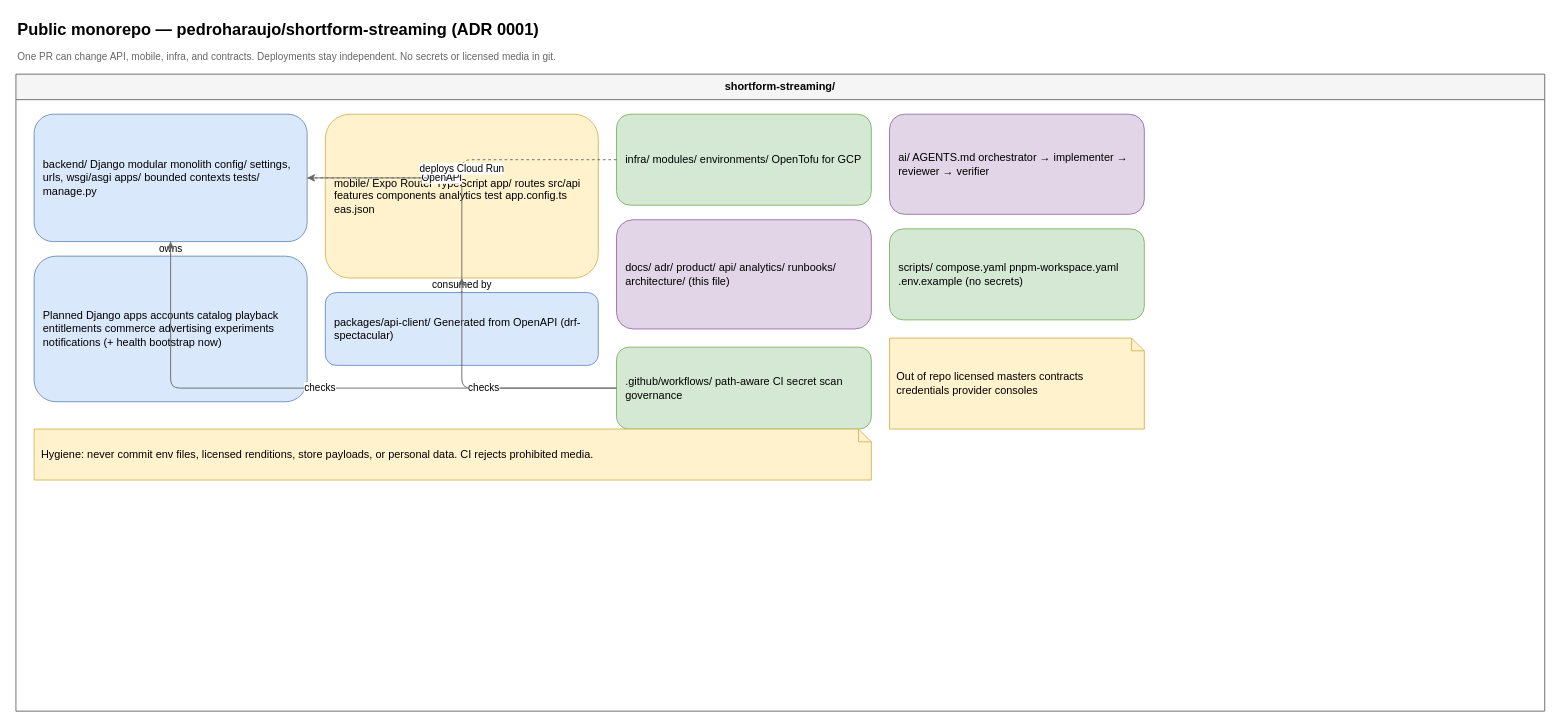
This is page "2. Monorepo and modules" (2 of 10) of docs/architecture/shortform-streaming.drawio from pedroharaujo/shortform-streaming, a draw.io file, before an edit. Source tidied: cells renumbered, new cells numbered last; positions are measured from the earlier drawing's top-left corner, leaving out a move shared by most shapes. Both pictures are drawn from the tidied source at 91%, with x=0, y=0 at pixel (15, 15).
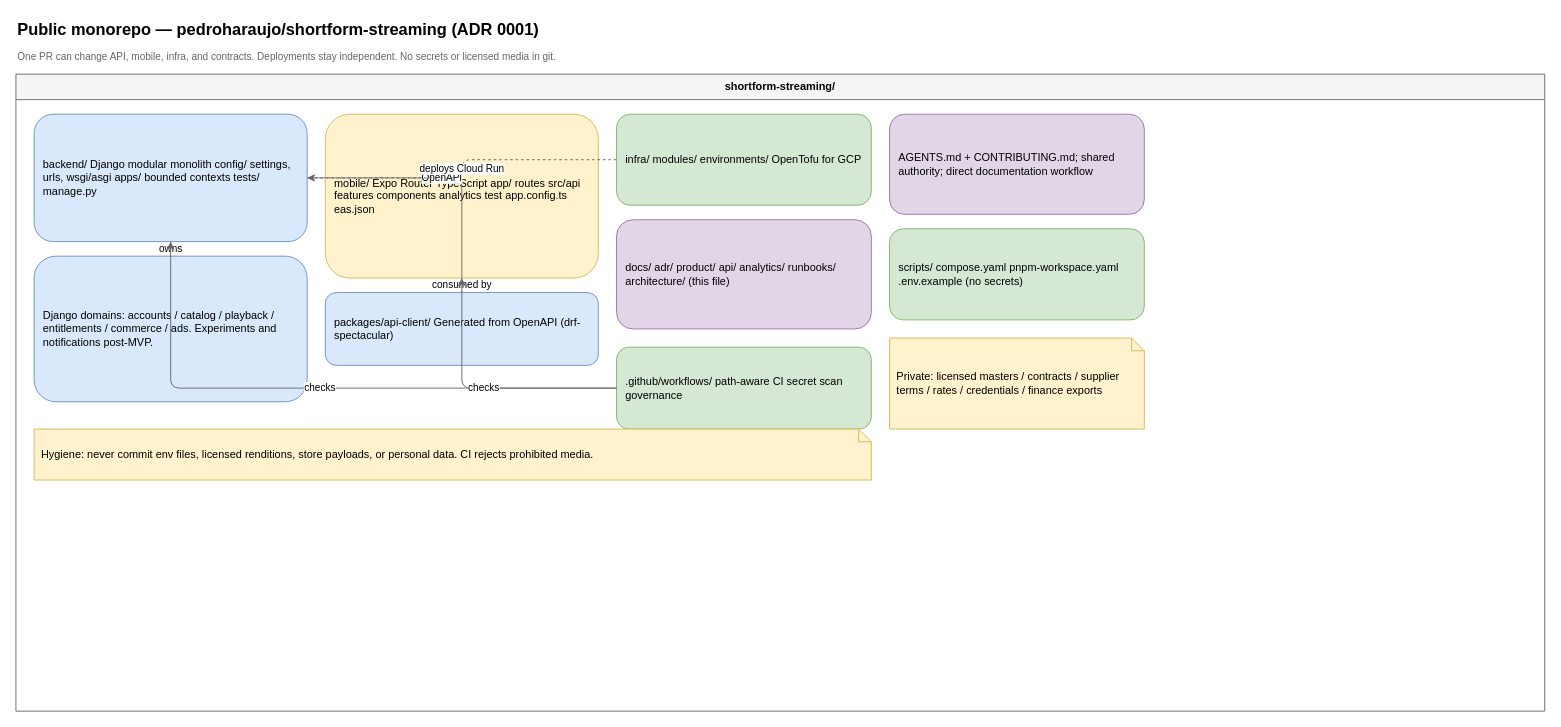
After the change.

Unchanged cells that the change refers to:
```xml
<mxCell id="4" value="shortform-streaming/" style="swimlane;startSize=28;html=1;whiteSpace=wrap;fillColor=#f5f5f5;strokeColor=#666666;fontStyle=1;" parent="1" vertex="1">
  <mxGeometry y="64" width="1680" height="700" as="geometry" />
</mxCell>
```

The edit, as a diff of the source:
```diff
@@
-    <mxCell id="6" value="Planned Django apps accounts  catalog  playback entitlements  commerce advertising  experiments notifications (+ health bootstrap now)" style="rounded=1;whiteSpace=wrap;html=1;align=center;verticalAlign=middle;fillColor=#dae8fc;strokeColor=#6c8ebf;align=left;spacingLeft=8;" parent="4" vertex="1">
+    <mxCell id="6" value="Django domains: accounts / catalog / playback / entitlements / commerce / ads. Experiments and notifications post-MVP." style="rounded=1;whiteSpace=wrap;html=1;align=center;verticalAlign=middle;fillColor=#dae8fc;strokeColor=#6c8ebf;align=left;spacingLeft=8;" parent="4" vertex="1">
       <mxGeometry x="20" y="200" width="300" height="160" as="geometry" />
     </mxCell>
@@
-    <mxCell id="12" value="ai/  AGENTS.md orchestrator → implementer → reviewer → verifier" style="rounded=1;whiteSpace=wrap;html=1;align=center;verticalAlign=middle;fillColor=#e1d5e7;strokeColor=#9673a6;align=left;spacingLeft=8;" parent="4" vertex="1">
+    <mxCell id="12" value="AGENTS.md + CONTRIBUTING.md; shared authority; direct documentation workflow" style="rounded=1;whiteSpace=wrap;html=1;align=center;verticalAlign=middle;fillColor=#e1d5e7;strokeColor=#9673a6;align=left;spacingLeft=8;" parent="4" vertex="1">
       <mxGeometry x="960" y="44" width="280" height="110" as="geometry" />
     </mxCell>
@@
-    <mxCell id="14" value="Out of repo licensed masters contracts  credentials provider consoles" style="shape=note;whiteSpace=wrap;html=1;size=14;fillColor=#fff2cc;strokeColor=#d6b656;align=left;spacing=8;" parent="4" vertex="1">
+    <mxCell id="14" value="Private: licensed masters / contracts / supplier terms / rates / credentials / finance exports" style="shape=note;whiteSpace=wrap;html=1;size=14;fillColor=#fff2cc;strokeColor=#d6b656;align=left;spacing=8;" parent="4" vertex="1">
       <mxGeometry x="960" y="290" width="280" height="100" as="geometry" />
     </mxCell>
```
